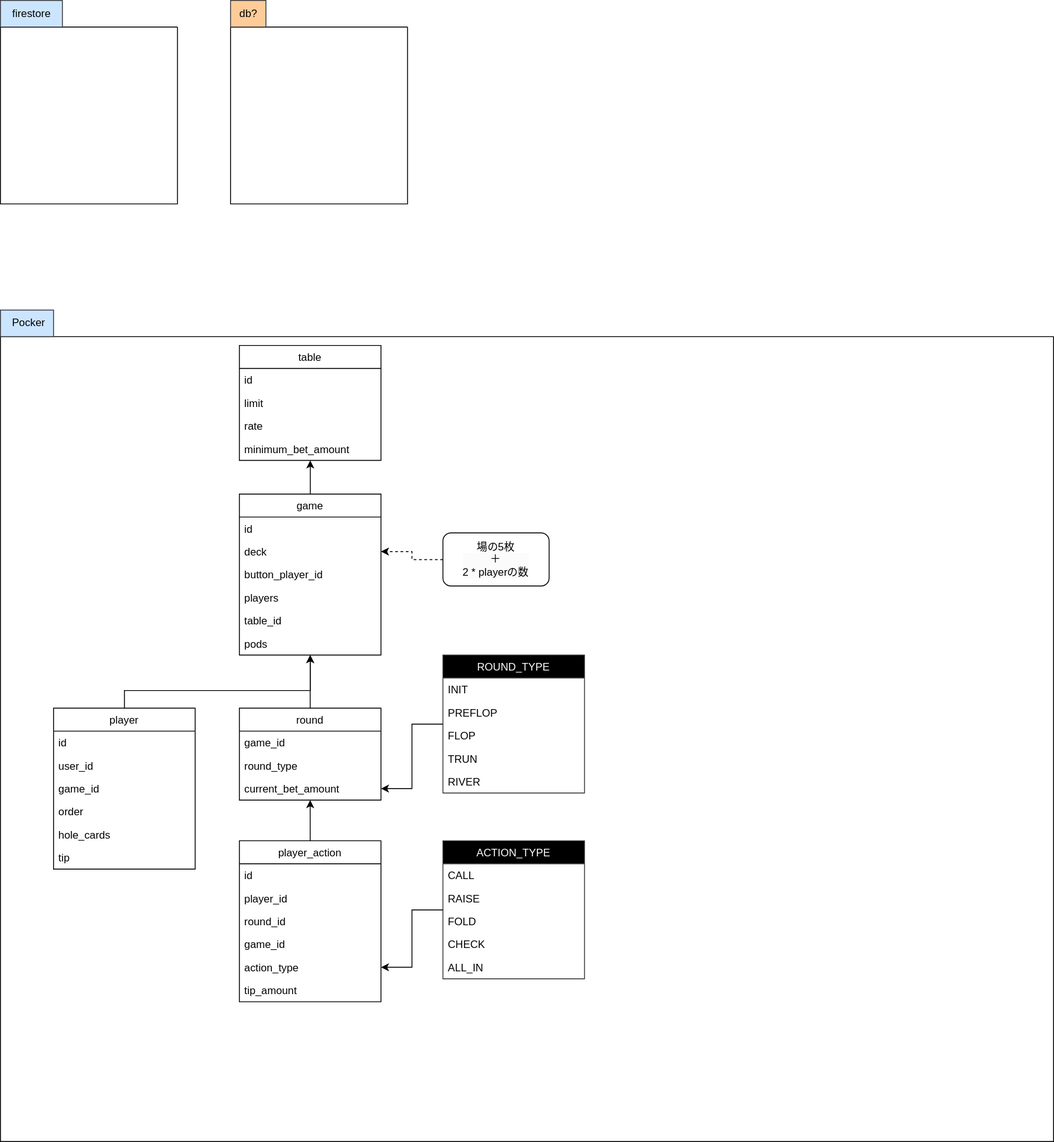
Before: client/doc/ドメインモデル.drawio.svg, a diagram exported from draw.io (U-Nova/poker). Source tidied: cells renumbered, new cells last; positions are measured from the earlier drawing's top-left corner, leaving out a move shared by most shapes.
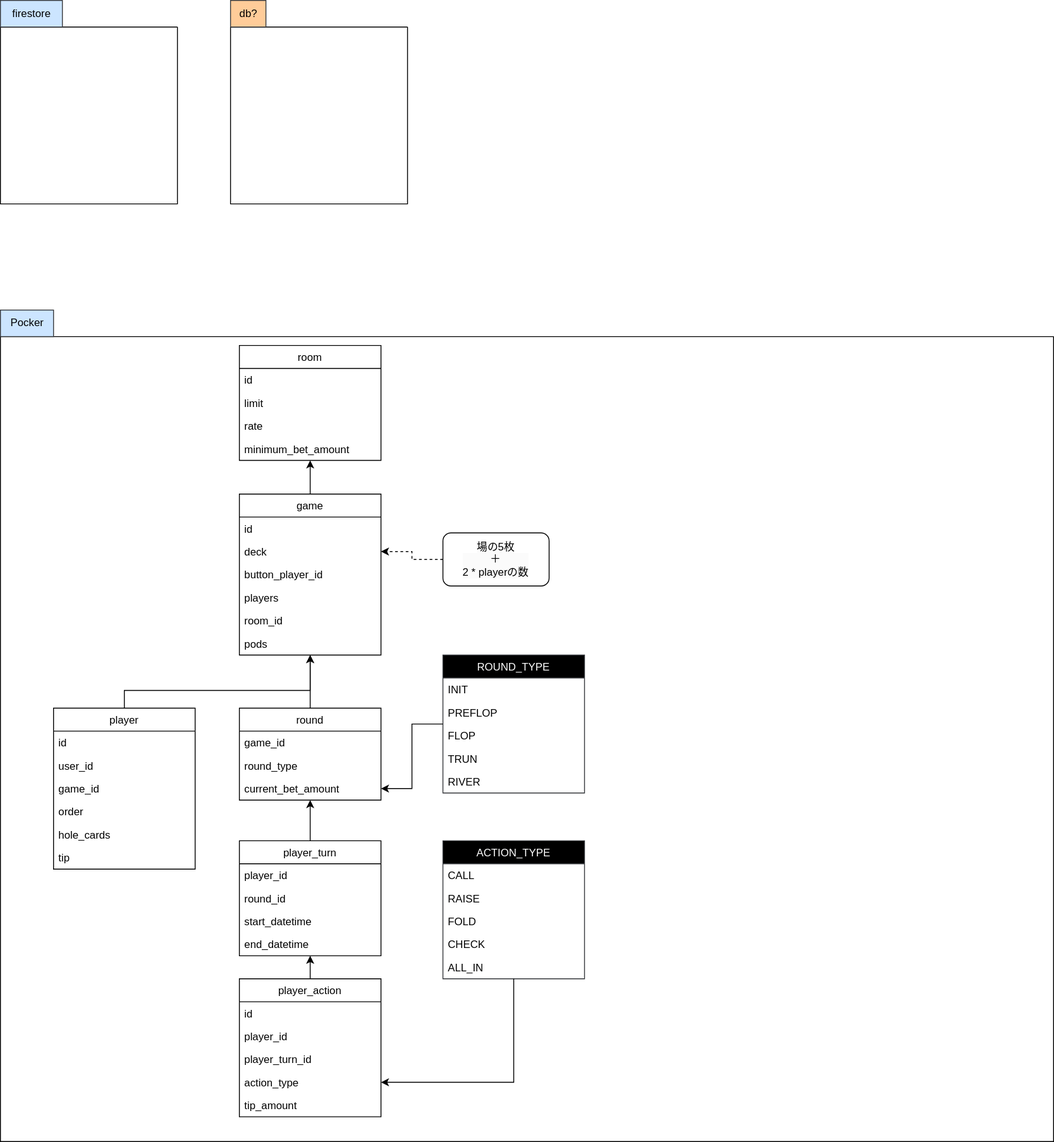
Above is the later version.

Change to the diagram source:
```diff
@@ -6,7 +6,7 @@
       <mxGeometry y="380" width="1190" height="910" as="geometry" />
     </mxCell>
     <mxCell id="3" value="player_action" style="swimlane;fontStyle=0;align=center;verticalAlign=top;horizontal=1;startSize=26;rounded=0;shadow=0;strokeWidth=1;" parent="2" vertex="1">
-      <mxGeometry x="270" y="570" width="160" height="182" as="geometry" />
+      <mxGeometry x="270" y="726" width="160" height="156" as="geometry" />
     </mxCell>
     <mxCell id="4" value="id" style="text;align=left;verticalAlign=top;spacingLeft=4;spacingRight=4;overflow=hidden;" parent="3" vertex="1">
       <mxGeometry y="26" width="160" height="26" as="geometry" />
@@ -14,17 +14,14 @@
     <mxCell id="5" value="player_id" style="text;align=left;verticalAlign=top;spacingLeft=4;spacingRight=4;overflow=hidden;" parent="3" vertex="1">
       <mxGeometry y="52" width="160" height="26" as="geometry" />
     </mxCell>
-    <mxCell id="6" value="round_id" style="text;align=left;verticalAlign=top;spacingLeft=4;spacingRight=4;overflow=hidden;" parent="3" vertex="1">
+    <mxCell id="6" value="player_turn_id" style="text;align=left;verticalAlign=top;spacingLeft=4;spacingRight=4;overflow=hidden;" parent="3" vertex="1">
       <mxGeometry y="78" width="160" height="26" as="geometry" />
     </mxCell>
-    <mxCell id="7" value="game_id" style="text;align=left;verticalAlign=top;spacingLeft=4;spacingRight=4;overflow=hidden;" parent="3" vertex="1">
-      <mxGeometry y="104" width="160" height="26" as="geometry" />
-    </mxCell>
     <mxCell id="8" value="action_type" style="text;align=left;verticalAlign=top;spacingLeft=4;spacingRight=4;overflow=hidden;points=[[0,0.5],[1,0.5]];portConstraint=eastwest;" parent="3" vertex="1">
-      <mxGeometry y="130" width="160" height="26" as="geometry" />
+      <mxGeometry y="104" width="160" height="26" as="geometry" />
     </mxCell>
     <mxCell id="9" value="tip_amount" style="text;align=left;verticalAlign=top;spacingLeft=4;spacingRight=4;overflow=hidden;" parent="3" vertex="1">
-      <mxGeometry y="156" width="160" height="26" as="geometry" />
+      <mxGeometry y="130" width="160" height="26" as="geometry" />
     </mxCell>
     <mxCell id="10" value="game" style="swimlane;fontStyle=0;align=center;verticalAlign=top;horizontal=1;startSize=26;rounded=0;shadow=0;strokeWidth=1;" parent="2" vertex="1">
       <mxGeometry x="270" y="178" width="160" height="182" as="geometry" />
@@ -41,7 +38,7 @@
     <mxCell id="14" value="players" style="text;align=left;verticalAlign=top;spacingLeft=4;spacingRight=4;overflow=hidden;" parent="10" vertex="1">
       <mxGeometry y="104" width="160" height="26" as="geometry" />
     </mxCell>
-    <mxCell id="15" value="table_id" style="text;align=left;verticalAlign=top;spacingLeft=4;spacingRight=4;overflow=hidden;" parent="10" vertex="1">
+    <mxCell id="15" value="room_id" style="text;align=left;verticalAlign=top;spacingLeft=4;spacingRight=4;overflow=hidden;" parent="10" vertex="1">
       <mxGeometry y="130" width="160" height="26" as="geometry" />
     </mxCell>
     <mxCell id="16" value="pods" style="text;align=left;verticalAlign=top;spacingLeft=4;spacingRight=4;overflow=hidden;" parent="10" vertex="1">
@@ -65,7 +62,7 @@
     <mxCell id="22" value="RIVER" style="text;align=left;verticalAlign=top;spacingLeft=4;spacingRight=4;overflow=hidden;" parent="17" vertex="1">
       <mxGeometry y="130" width="160" height="26" as="geometry" />
     </mxCell>
-    <mxCell id="23" value="table" style="swimlane;fontStyle=0;align=center;verticalAlign=top;horizontal=1;startSize=26;rounded=0;shadow=0;strokeWidth=1;" parent="2" vertex="1">
+    <mxCell id="23" value="room" style="swimlane;fontStyle=0;align=center;verticalAlign=top;horizontal=1;startSize=26;rounded=0;shadow=0;strokeWidth=1;" parent="2" vertex="1">
       <mxGeometry x="270" y="10" width="160" height="130" as="geometry" />
     </mxCell>
     <mxCell id="24" value="id" style="text;align=left;verticalAlign=top;spacingLeft=4;spacingRight=4;overflow=hidden;" parent="23" vertex="1">
@@ -130,7 +127,7 @@
     <mxCell id="42" style="edgeStyle=orthogonalEdgeStyle;rounded=0;jettySize=auto;html=1;" parent="2" edge="1" source="37" target="10">
       <mxGeometry relative="1" as="geometry" />
     </mxCell>
-    <mxCell id="43" style="edgeStyle=orthogonalEdgeStyle;rounded=0;jettySize=auto;html=1;" parent="2" edge="1" source="3" target="37">
+    <mxCell id="43" style="edgeStyle=orthogonalEdgeStyle;rounded=0;jettySize=auto;html=1;" parent="2" edge="1" source="3" target="61">
       <mxGeometry relative="1" as="geometry" />
     </mxCell>
     <mxCell id="44" value="ACTION_TYPE" style="swimlane;fontStyle=0;align=center;verticalAlign=top;horizontal=1;startSize=26;rounded=0;shadow=0;strokeWidth=1;fillColor=light-dark(#000000, #202020);strokeColor=#36393d;fontColor=light-dark(#ffffff, #ededed);" parent="2" vertex="1">
@@ -160,6 +157,24 @@
     <mxCell id="52" value="&lt;meta charset=&quot;utf-8&quot;&gt;&lt;span style=&quot;color: rgb(0, 0, 0); font-family: Helvetica; font-size: 12px; font-style: normal; font-variant-ligatures: normal; font-variant-caps: normal; font-weight: 400; letter-spacing: normal; orphans: 2; text-align: center; text-indent: 0px; text-transform: none; widows: 2; word-spacing: 0px; -webkit-text-stroke-width: 0px; white-space: normal; background-color: rgb(251, 251, 251); text-decoration-thickness: initial; text-decoration-style: initial; text-decoration-color: initial; display: inline !important; float: none;&quot;&gt;場の5枚&lt;/span&gt;&lt;div style=&quot;forced-color-adjust: none; color: rgb(0, 0, 0); font-family: Helvetica; font-size: 12px; font-style: normal; font-variant-ligatures: normal; font-variant-caps: normal; font-weight: 400; letter-spacing: normal; orphans: 2; text-align: center; text-indent: 0px; text-transform: none; widows: 2; word-spacing: 0px; -webkit-text-stroke-width: 0px; white-space: normal; background-color: rgb(251, 251, 251); text-decoration-thickness: initial; text-decoration-style: initial; text-decoration-color: initial;&quot;&gt;＋&lt;/div&gt;&lt;div style=&quot;forced-color-adjust: none; color: rgb(0, 0, 0); font-family: Helvetica; font-size: 12px; font-style: normal; font-variant-ligatures: normal; font-variant-caps: normal; font-weight: 400; letter-spacing: normal; orphans: 2; text-align: center; text-indent: 0px; text-transform: none; widows: 2; word-spacing: 0px; -webkit-text-stroke-width: 0px; white-space: normal; background-color: rgb(251, 251, 251); text-decoration-thickness: initial; text-decoration-style: initial; text-decoration-color: initial;&quot;&gt;2 * playerの数&lt;/div&gt;" style="rounded=1;whiteSpace=wrap;html=1;" parent="2" vertex="1">
       <mxGeometry x="500" y="222" width="120" height="60" as="geometry" />
     </mxCell>
+    <mxCell id="60" style="edgeStyle=none;html=1;" parent="2" edge="1" source="61" target="37">
+      <mxGeometry relative="1" as="geometry" />
+    </mxCell>
+    <mxCell id="61" value="player_turn" style="swimlane;fontStyle=0;align=center;verticalAlign=top;horizontal=1;startSize=26;rounded=0;shadow=0;strokeWidth=1;" parent="2" vertex="1">
+      <mxGeometry x="270" y="570" width="160" height="130" as="geometry" />
+    </mxCell>
+    <mxCell id="62" value="player_id" style="text;align=left;verticalAlign=top;spacingLeft=4;spacingRight=4;overflow=hidden;" parent="61" vertex="1">
+      <mxGeometry y="26" width="160" height="26" as="geometry" />
+    </mxCell>
+    <mxCell id="63" value="round_id" style="text;align=left;verticalAlign=top;spacingLeft=4;spacingRight=4;overflow=hidden;" parent="61" vertex="1">
+      <mxGeometry y="52" width="160" height="26" as="geometry" />
+    </mxCell>
+    <mxCell id="64" value="start_datetime" style="text;align=left;verticalAlign=top;spacingLeft=4;spacingRight=4;overflow=hidden;" parent="61" vertex="1">
+      <mxGeometry y="78" width="160" height="26" as="geometry" />
+    </mxCell>
+    <mxCell id="65" value="end_datetime" style="text;align=left;verticalAlign=top;spacingLeft=4;spacingRight=4;overflow=hidden;" parent="61" vertex="1">
+      <mxGeometry y="104" width="160" height="26" as="geometry" />
+    </mxCell>
     <mxCell id="53" value="&amp;nbsp;Pocker" style="text;html=1;align=center;verticalAlign=middle;strokeColor=#36393d;fillColor=#cce5ff;" parent="1" vertex="1">
       <mxGeometry y="350" width="60" height="30" as="geometry" />
     </mxCell>
```
